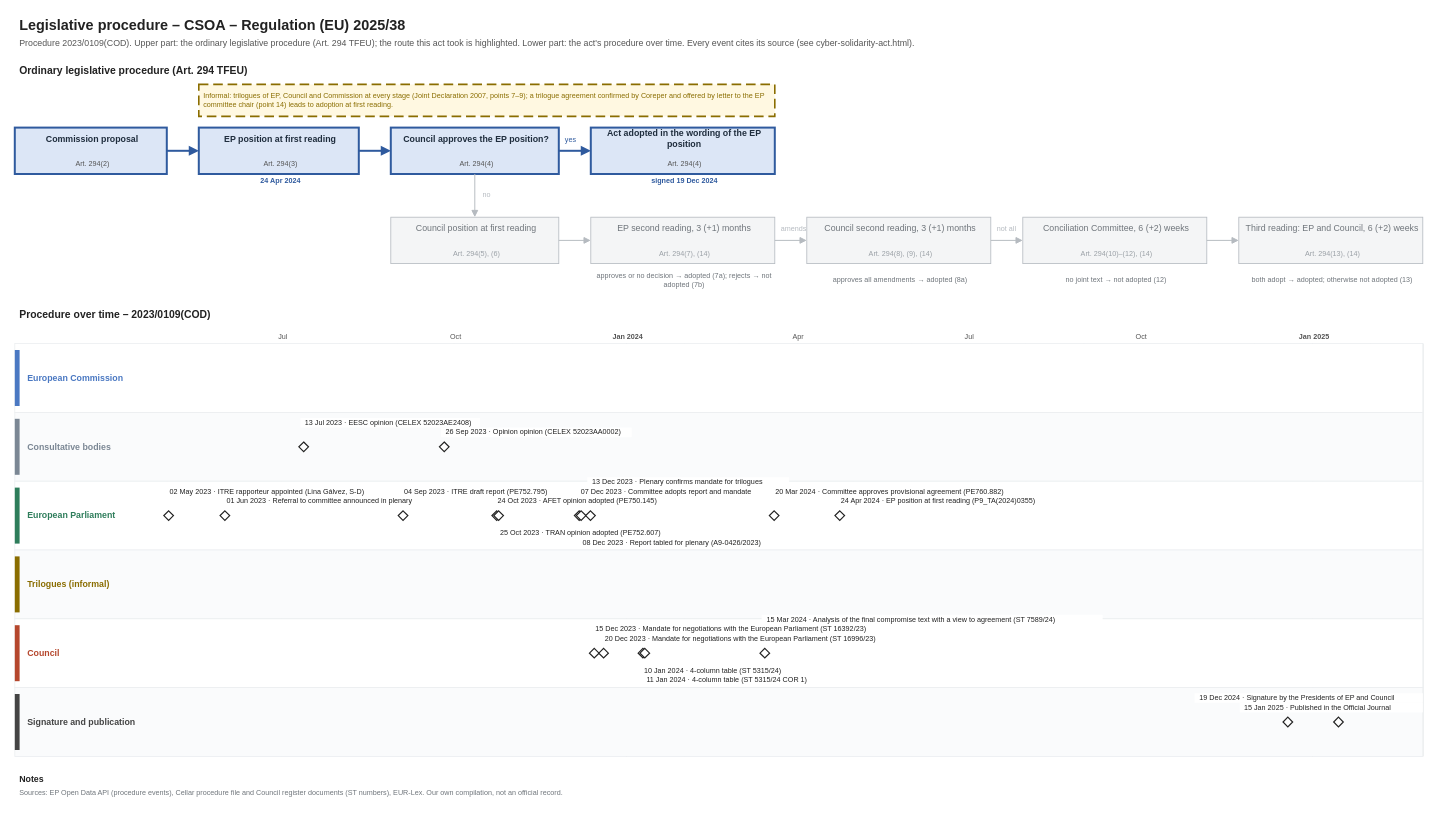
Above: procedures/cyber-solidarity-act.drawio in git-z0man/eu-regulation-timeline (draw.io), before the change. Source tidied: cells renumbered, new cells numbered last; positions are measured from the earlier drawing's top-left corner, leaving out a move shared by most shapes. Both pictures are drawn from the tidied source at 80%, with x=0, y=0 at pixel (14, 14).
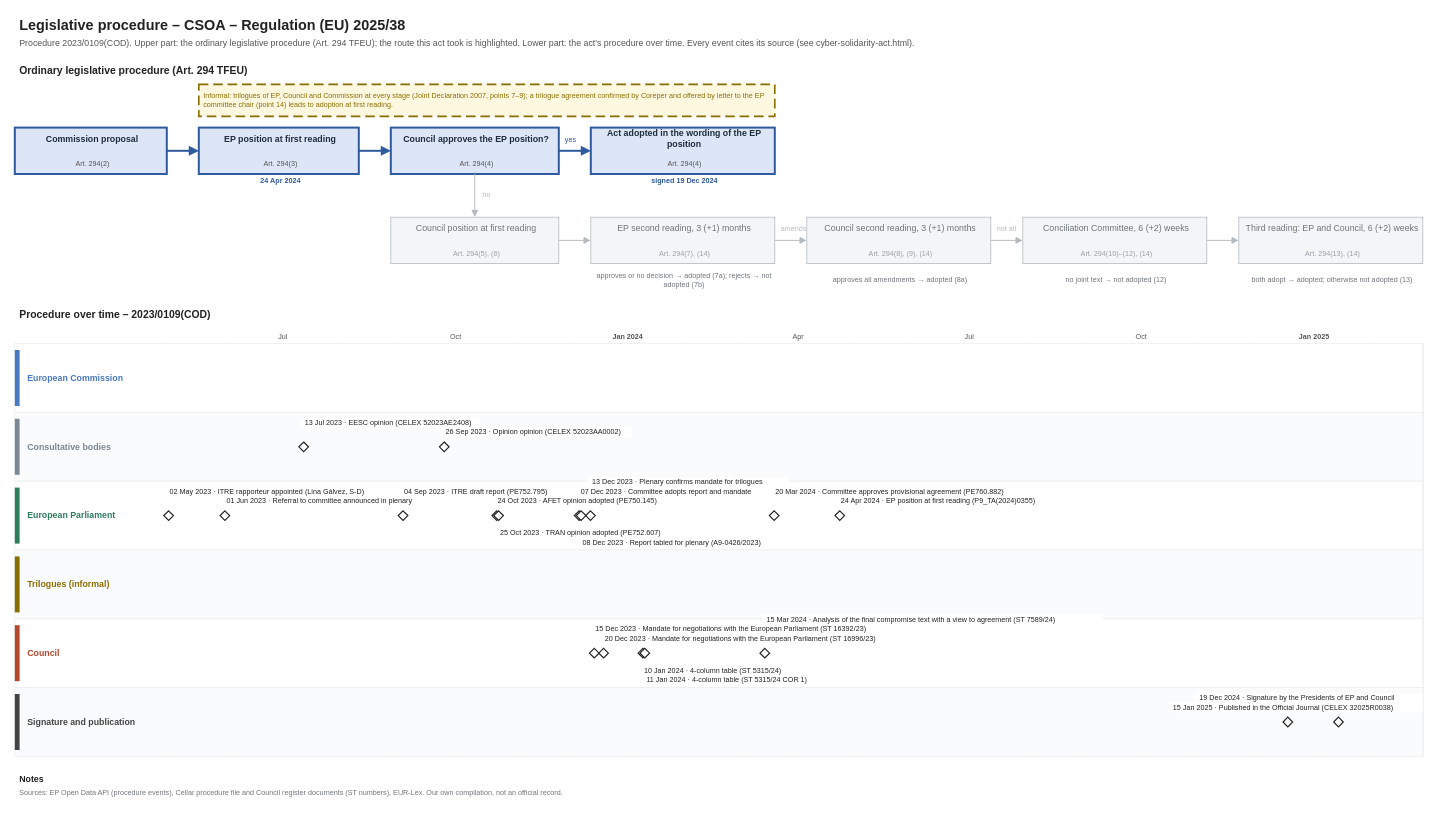
After the change.

Change to the diagram source:
```diff
@@
-    <mxCell id="138" value="15 Jan 2025 · Published in the Official Journal" style="text;html=1;fontSize=9;fontColor=#222222;align=left;verticalAlign=middle;spacingLeft=4;fillColor=#ffffff;" parent="1" vertex="1">
-      <mxGeometry x="1531.1" y="861" width="228.9" height="12" as="geometry" />
+    <mxCell id="138" value="15 Jan 2025 · Published in the Official Journal (CELEX 32025R0038)" style="text;html=1;fontSize=9;fontColor=#222222;align=left;verticalAlign=middle;spacingLeft=4;fillColor=#ffffff;" parent="1" vertex="1">
+      <mxGeometry x="1441.8" y="861" width="318.2" height="12" as="geometry" />
     </mxCell>
```
